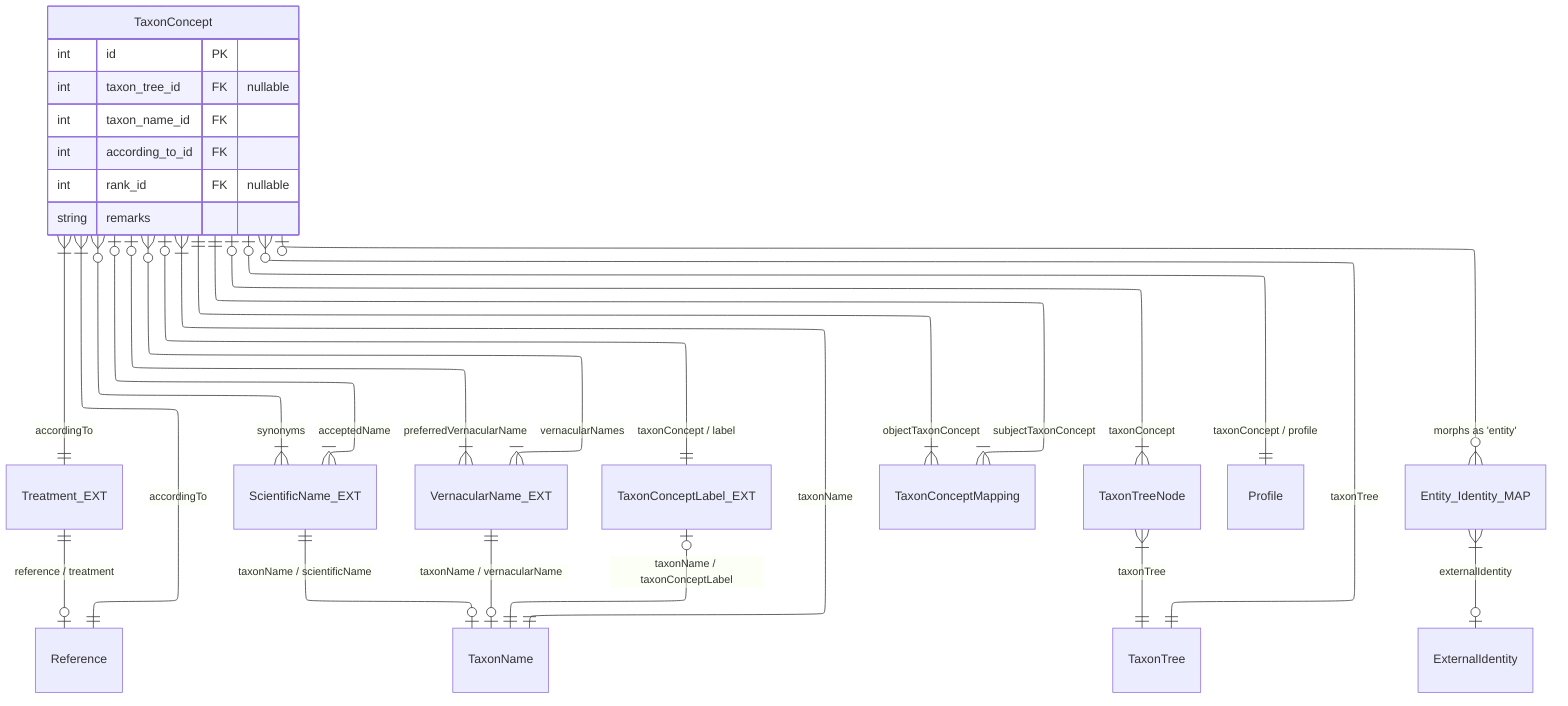
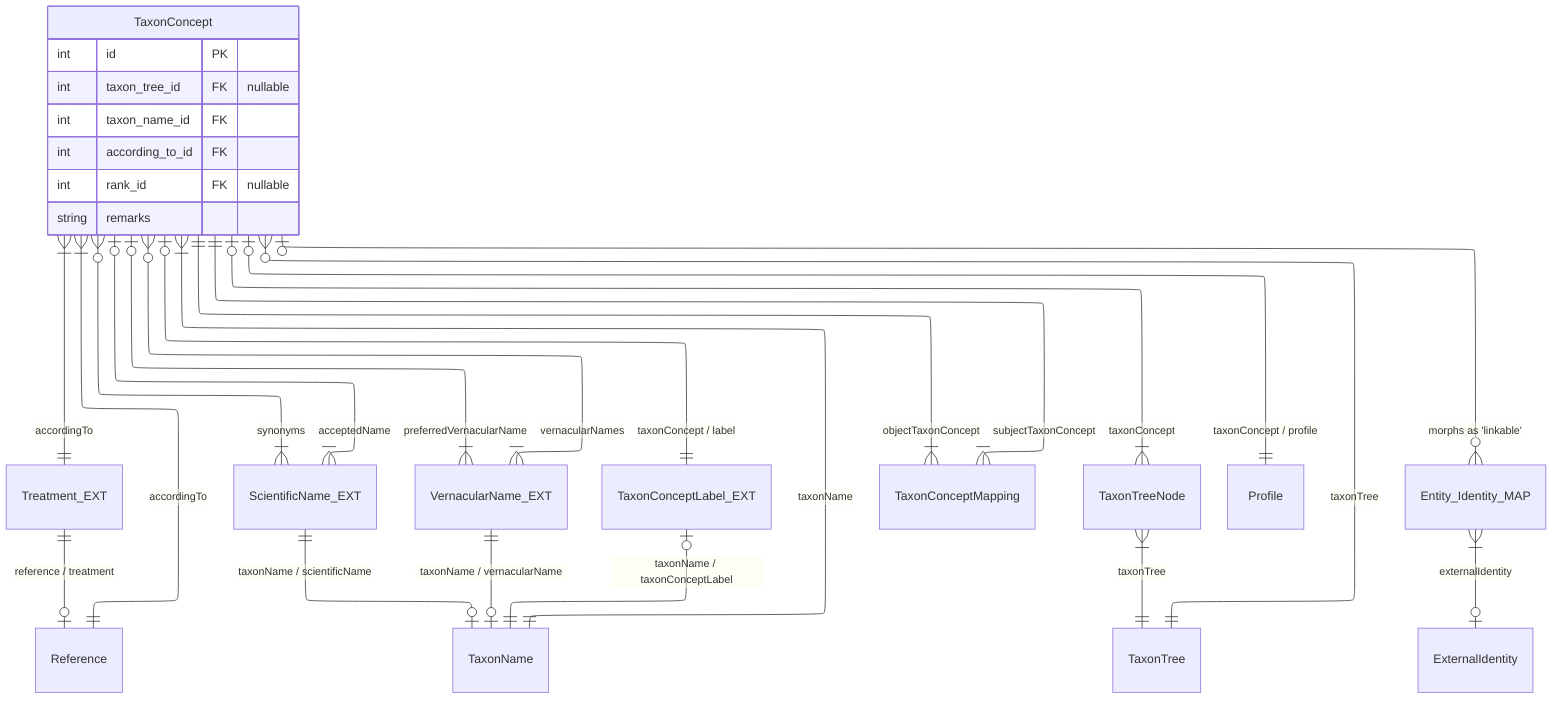
---
config:
    layout: elk
---
erDiagram
  TaxonConcept }|--|| Reference : "accordingTo"
  TaxonConcept }|--|| Treatment_EXT : "accordingTo"
  Treatment_EXT ||--o| Reference : "reference / treatment"

  TaxonConcept }|--|| TaxonName : "taxonName"
  TaxonConcept |o--|{ ScientificName_EXT : "acceptedName"
  TaxonConcept }o--|{ ScientificName_EXT : "synonyms"
  ScientificName_EXT ||--o| TaxonName : "taxonName / scientificName"
  TaxonConcept }o--|{ VernacularName_EXT : "vernacularNames"
  TaxonConcept |o--|{ VernacularName_EXT : "preferredVernacularName"
  VernacularName_EXT ||--o| TaxonName : "taxonName / vernacularName"
  TaxonConcept |o--|| TaxonConceptLabel_EXT : "taxonConcept / label"
  TaxonConceptLabel_EXT |o--|| TaxonName : "taxonName / taxonConceptLabel"

  TaxonConcept ||--|{ TaxonConceptMapping : "subjectTaxonConcept"
  TaxonConcept ||--|{ TaxonConceptMapping : "objectTaxonConcept"

  TaxonConcept }o--|| TaxonTree : "taxonTree"
  TaxonConcept |o--|{ TaxonTreeNode : "taxonConcept"
  TaxonTreeNode }|--|| TaxonTree : "taxonTree"

  TaxonConcept |o--|| Profile : "taxonConcept / profile"

-   TaxonConcept |o--o{ Entity_Identity_MAP : "morphs as 'entity'"
+   TaxonConcept |o--o{ Entity_Identity_MAP : "morphs as 'linkable'"
  Entity_Identity_MAP }|--o| ExternalIdentity : "externalIdentity"

  TaxonConcept {
    int id PK
    int taxon_tree_id FK "nullable"
    int taxon_name_id FK
    int according_to_id FK
    int rank_id FK "nullable"
    string remarks
  }